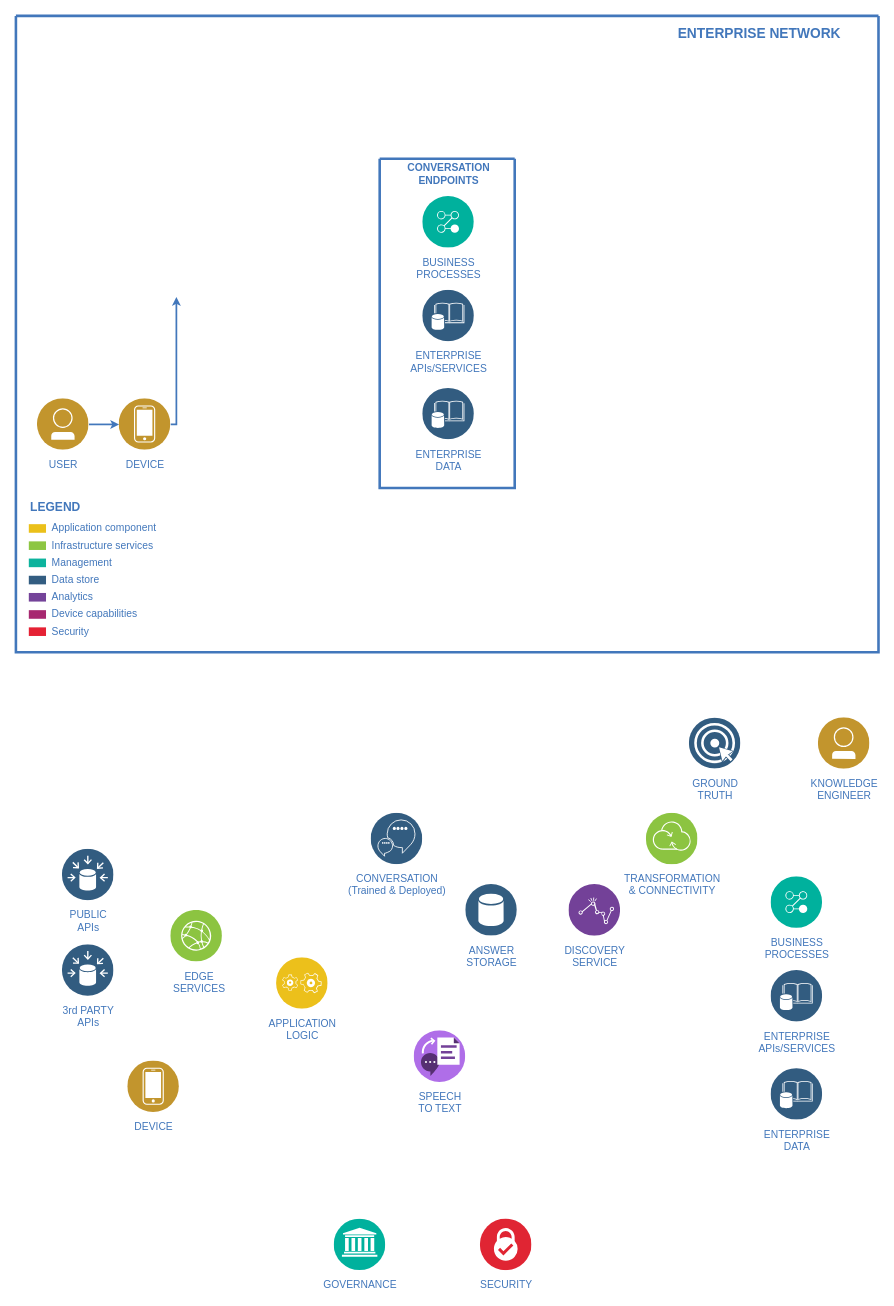
Above: 제목 없는 다이어그램.drawio in Suno7526/FileShare (draw.io), before the change. Source tidied: cells renumbered, new cells numbered last; positions are measured from the earlier drawing's top-left corner, leaving out a move shared by most shapes. Both pictures are drawn from the tidied source at 86%, with x=0, y=0 at pixel (15, 15).
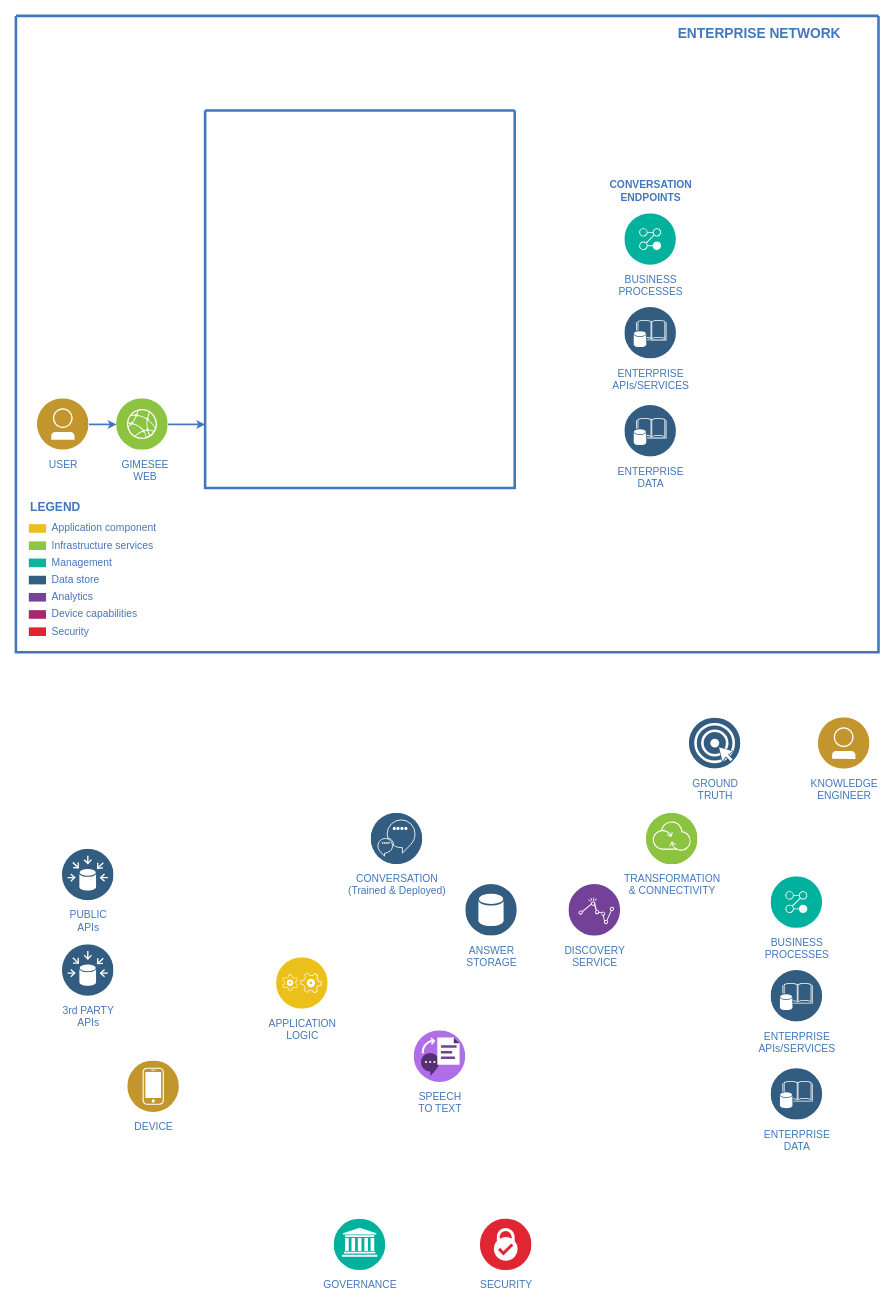
Above is the later version.

Commit message:
제목 없는 다이어그램.drawio 업데이트

Unchanged cells that the change refers to:
```xml
<mxCell id="2" style="swimlane;shadow=0;strokeColor=#4277BB;fillColor=#ffffff;fontColor=none;align=right;startSize=0;noLabel=1;strokeWidth=3;" parent="1" vertex="1">
  <mxGeometry width="1003" height="740" as="geometry" />
</mxCell>
<mxCell id="14" value="USER" style="perimeter=ellipsePerimeter;html=1;align=center;shadow=0;dashed=0;image;image=img/lib/ibm/users/user.svg;labelBackgroundColor=#ffffff;strokeColor=#4277BB;strokeWidth=2;fillColor=none;gradientColor=none;fontSize=12;fontColor=#4277BB;spacingTop=3;" parent="2" vertex="1">
  <mxGeometry x="25" y="445" width="60" height="60" as="geometry" />
</mxCell>
```

The edit, as a diff of the source:
```diff
@@
-    <mxCell id="3" style="edgeStyle=elbowEdgeStyle;rounded=0;elbow=vertical;html=1;labelBackgroundColor=#ffffff;startArrow=none;startFill=0;startSize=4;endArrow=classic;endFill=1;endSize=4;jettySize=auto;strokeColor=#4277BB;strokeWidth=2;fontSize=12;fontColor=#4277BB;" parent="2" edge="1" source="14" target="15">
-      <mxGeometry relative="1" as="geometry" />
-    </mxCell>
-    <mxCell id="4" style="edgeStyle=elbowEdgeStyle;rounded=0;elbow=vertical;html=1;entryX=0.25;entryY=1;labelBackgroundColor=#ffffff;startArrow=none;startFill=0;startSize=4;endArrow=classic;endFill=1;endSize=4;jettySize=auto;strokeColor=#4277BB;strokeWidth=2;fontSize=12;fontColor=#4277BB;" parent="2" edge="1" source="15">
+    <mxCell id="4" style="edgeStyle=elbowEdgeStyle;rounded=0;elbow=vertical;html=1;labelBackgroundColor=#ffffff;startArrow=none;startFill=0;startSize=4;endArrow=classic;endFill=1;endSize=4;jettySize=auto;strokeColor=#4277BB;strokeWidth=2;fontSize=12;fontColor=#4277BB;" parent="2" edge="1" source="21" target="16">
       <mxGeometry relative="1" as="geometry">
-        <mxPoint x="186.6" y="326.8" as="targetPoint" />
         <Array as="points">
           <mxPoint x="187" y="475" />
         </Array>
       </mxGeometry>
     </mxCell>
@@
-    <mxCell id="15" value="DEVICE" style="perimeter=ellipsePerimeter;html=1;align=center;shadow=0;dashed=0;image;image=img/lib/ibm/users/device.svg;labelBackgroundColor=#ffffff;strokeColor=#4277BB;strokeWidth=2;fillColor=none;gradientColor=none;fontSize=12;fontColor=#4277BB;spacingTop=3;" parent="2" vertex="1">
-      <mxGeometry x="120" y="445" width="60" height="60" as="geometry" />
-    </mxCell>
     <mxCell id="16" style="swimlane;shadow=0;labelBackgroundColor=#007FFF;strokeColor=#4277BB;fillColor=none;gradientColor=none;fontColor=#000000;align=right;startSize=0;strokeWidth=3;" parent="2" vertex="1">
-      <mxGeometry x="423" y="166" width="157" height="383" as="geometry" />
+      <mxGeometry x="220" y="110" width="360" height="439" as="geometry" />
     </mxCell>
+    <mxCell id="21" value="GIMESEE&lt;div&gt;WEB&lt;/div&gt;&lt;div&gt;&lt;br&gt;&lt;/div&gt;" style="perimeter=ellipsePerimeter;html=1;align=center;shadow=0;image;image=img/lib/ibm/infrastructure/edge_services.svg;labelBackgroundColor=#ffffff;strokeColor=none;strokeWidth=2;fillColor=#808080;gradientColor=none;fontSize=12;fontColor=#4277BB;rounded=0;verticalAlign=top;spacingLeft=5;spacingTop=3;" parent="2" vertex="1">
+      <mxGeometry x="117" y="445" width="60" height="60" as="geometry" />
+    </mxCell>
+    <mxCell id="3" style="edgeStyle=elbowEdgeStyle;rounded=0;elbow=vertical;html=1;labelBackgroundColor=#ffffff;startArrow=none;startFill=0;startSize=4;endArrow=classic;endFill=1;endSize=4;jettySize=auto;strokeColor=#4277BB;strokeWidth=2;fontSize=12;fontColor=#4277BB;" parent="2" edge="1" source="14" target="21">
+      <mxGeometry relative="1" as="geometry" />
+    </mxCell>
-    <mxCell id="17" value="CONVERSATION&lt;div&gt;ENDPOINTS&lt;/div&gt;" style="text;html=1;align=center;verticalAlign=middle;fontColor=#4277BB;shadow=0;dashed=0;strokeColor=none;fillColor=none;labelBackgroundColor=none;fontStyle=1;fontSize=12;spacingLeft=0;" parent="16" vertex="1">
-      <mxGeometry x="9" width="142" height="35" as="geometry" />
+    <mxCell id="17" value="CONVERSATION&lt;div&gt;ENDPOINTS&lt;/div&gt;" style="text;html=1;align=center;verticalAlign=middle;fontColor=#4277BB;shadow=0;dashed=0;strokeColor=none;fillColor=none;labelBackgroundColor=none;fontStyle=1;fontSize=12;spacingLeft=0;" parent="2" vertex="1">
+      <mxGeometry x="667" y="186" width="142" height="35" as="geometry" />
     </mxCell>
-    <mxCell id="18" value="BUSINESS&lt;div&gt;PROCESSES&lt;/div&gt;" style="perimeter=ellipsePerimeter;html=1;align=center;shadow=0;dashed=0;image;image=img/lib/ibm/management/process_management.svg;labelBackgroundColor=#ffffff;strokeColor=#4277BB;strokeWidth=2;fillColor=none;gradientColor=none;fontSize=12;fontColor=#4277BB;spacingTop=3;" parent="16" vertex="1">
-      <mxGeometry x="50" y="44" width="60" height="60" as="geometry" />
+    <mxCell id="18" value="BUSINESS&lt;div&gt;PROCESSES&lt;/div&gt;" style="perimeter=ellipsePerimeter;html=1;align=center;shadow=0;dashed=0;image;image=img/lib/ibm/management/process_management.svg;labelBackgroundColor=#ffffff;strokeColor=#4277BB;strokeWidth=2;fillColor=none;gradientColor=none;fontSize=12;fontColor=#4277BB;spacingTop=3;" parent="2" vertex="1">
+      <mxGeometry x="708" y="230" width="60" height="60" as="geometry" />
     </mxCell>
-    <mxCell id="19" value="ENTERPRISE&lt;div&gt;APIs/SERVICES&lt;/div&gt;" style="perimeter=ellipsePerimeter;html=1;align=center;shadow=0;dashed=0;image;image=img/lib/ibm/data/enterprise_data.svg;labelBackgroundColor=#ffffff;strokeColor=#4277BB;strokeWidth=2;fillColor=none;gradientColor=none;fontSize=12;fontColor=#4277BB;spacingTop=3;" parent="16" vertex="1">
-      <mxGeometry x="50" y="153" width="60" height="60" as="geometry" />
+    <mxCell id="19" value="ENTERPRISE&lt;div&gt;APIs/SERVICES&lt;/div&gt;" style="perimeter=ellipsePerimeter;html=1;align=center;shadow=0;dashed=0;image;image=img/lib/ibm/data/enterprise_data.svg;labelBackgroundColor=#ffffff;strokeColor=#4277BB;strokeWidth=2;fillColor=none;gradientColor=none;fontSize=12;fontColor=#4277BB;spacingTop=3;" parent="2" vertex="1">
+      <mxGeometry x="708" y="339" width="60" height="60" as="geometry" />
     </mxCell>
-    <mxCell id="20" value="ENTERPRISE&lt;div&gt;DATA&lt;/div&gt;" style="perimeter=ellipsePerimeter;html=1;align=center;shadow=0;dashed=0;image;image=img/lib/ibm/data/enterprise_data.svg;labelBackgroundColor=#ffffff;strokeColor=#4277BB;strokeWidth=2;fillColor=none;gradientColor=none;fontSize=12;fontColor=#4277BB;spacingTop=3;" parent="16" vertex="1">
-      <mxGeometry x="50" y="267" width="60" height="60" as="geometry" />
+    <mxCell id="20" value="ENTERPRISE&lt;div&gt;DATA&lt;/div&gt;" style="perimeter=ellipsePerimeter;html=1;align=center;shadow=0;dashed=0;image;image=img/lib/ibm/data/enterprise_data.svg;labelBackgroundColor=#ffffff;strokeColor=#4277BB;strokeWidth=2;fillColor=none;gradientColor=none;fontSize=12;fontColor=#4277BB;spacingTop=3;" parent="2" vertex="1">
+      <mxGeometry x="708" y="453" width="60" height="60" as="geometry" />
     </mxCell>
-    <mxCell id="21" value="EDGE&lt;div&gt;SERVICES&lt;/div&gt;" style="perimeter=ellipsePerimeter;html=1;align=center;shadow=0;image;image=img/lib/ibm/infrastructure/edge_services.svg;labelBackgroundColor=#ffffff;strokeColor=none;strokeWidth=2;fillColor=#808080;gradientColor=none;fontSize=12;fontColor=#4277BB;rounded=0;verticalAlign=top;spacingLeft=5;spacingTop=3;" parent="1" vertex="1">
-      <mxGeometry x="180" y="1040" width="60" height="60" as="geometry" />
-    </mxCell>
```
